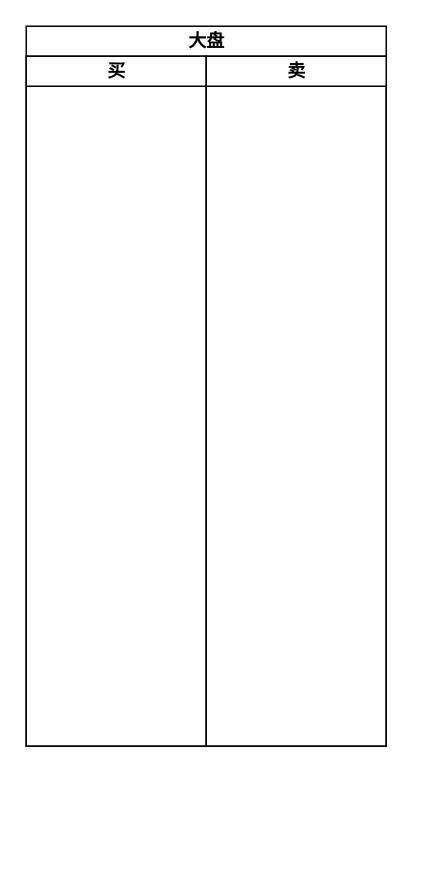
This is 项目工程/点价通/期货大盘.drawio from lq460541033/draw_dev, a draw.io file, before an edit. Source tidied: cells renumbered, new cells numbered last; positions are measured from the earlier drawing's top-left corner, leaving out a move shared by most shapes. Both pictures are drawn from the tidied source at 150%, with x=0, y=0 at pixel (26, 26).
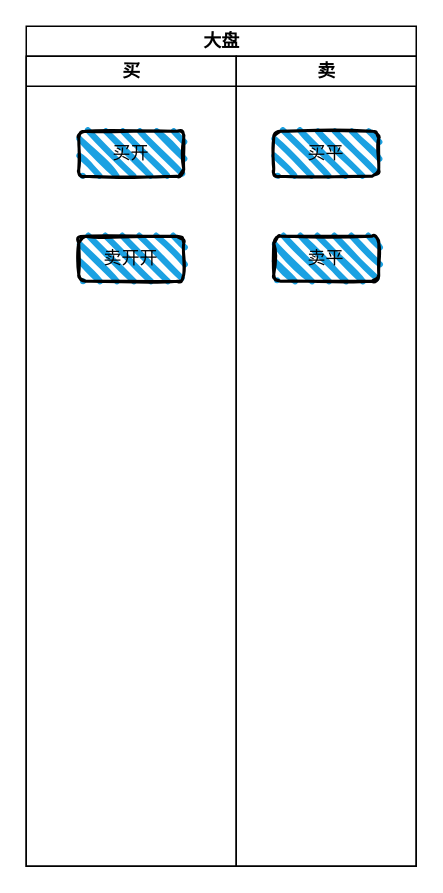
After the change.

What changed in the source:
```diff
@@
 <mxGraphModel>
   <root>
     <mxCell id="0" />
     <mxCell id="1" parent="0" />
     <mxCell id="2" value="大盘" style="swimlane;html=1;startSize=20;" parent="1" vertex="1">
-      <mxGeometry width="240" height="480" as="geometry" />
+      <mxGeometry width="260" height="560" as="geometry" />
     </mxCell>
     <mxCell id="3" value="买" style="swimlane;html=1;startSize=20;" parent="2" vertex="1">
-      <mxGeometry y="20" width="120" height="460" as="geometry" />
+      <mxGeometry y="20" width="140" height="540" as="geometry" />
     </mxCell>
+    <mxCell id="5" value="买开" style="rounded=1;whiteSpace=wrap;html=1;strokeWidth=2;fillWeight=4;hachureGap=8;hachureAngle=45;fillColor=#1ba1e2;sketch=1;" parent="3" vertex="1">
+      <mxGeometry x="35" y="50" width="70" height="30" as="geometry" />
+    </mxCell>
+    <mxCell id="6" value="卖开开" style="rounded=1;whiteSpace=wrap;html=1;strokeWidth=2;fillWeight=4;hachureGap=8;hachureAngle=45;fillColor=#1ba1e2;sketch=1;" parent="3" vertex="1">
+      <mxGeometry x="35" y="120" width="70" height="30" as="geometry" />
+    </mxCell>
     <mxCell id="4" value="卖" style="swimlane;html=1;startSize=20;" parent="2" vertex="1">
-      <mxGeometry x="120" y="20" width="120" height="460" as="geometry" />
+      <mxGeometry x="140" y="20" width="120" height="540" as="geometry" />
     </mxCell>
+    <mxCell id="7" value="买平" style="rounded=1;whiteSpace=wrap;html=1;strokeWidth=2;fillWeight=4;hachureGap=8;hachureAngle=45;fillColor=#1ba1e2;sketch=1;" parent="4" vertex="1">
+      <mxGeometry x="25" y="50" width="70" height="30" as="geometry" />
+    </mxCell>
+    <mxCell id="8" value="卖平" style="rounded=1;whiteSpace=wrap;html=1;strokeWidth=2;fillWeight=4;hachureGap=8;hachureAngle=45;fillColor=#1ba1e2;sketch=1;" parent="4" vertex="1">
+      <mxGeometry x="25" y="120" width="70" height="30" as="geometry" />
+    </mxCell>
   </root>
 </mxGraphModel>
```
